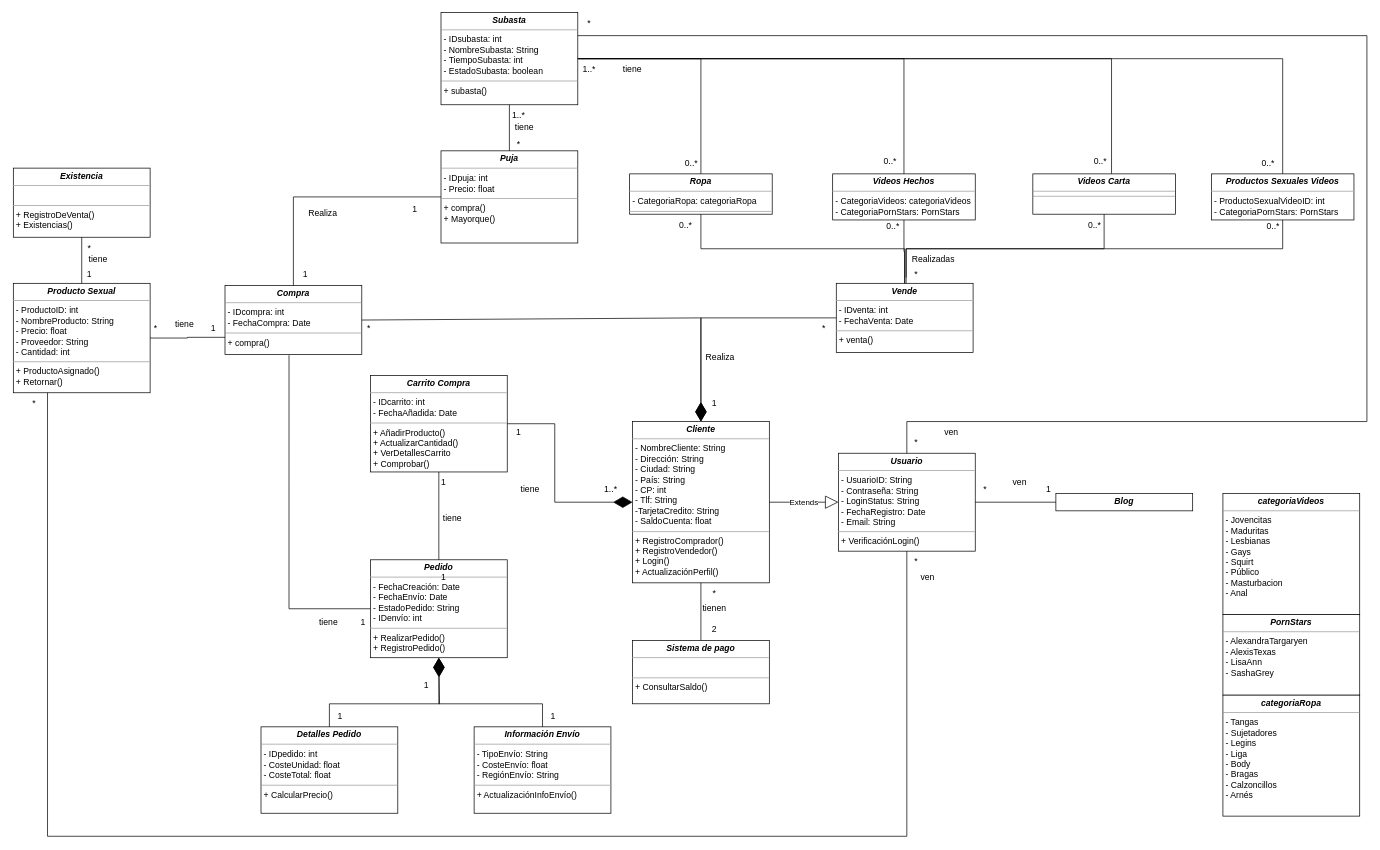
Earlier version of the draw.io diagram PornUML.drawio (Sanferivan/Mis_archivos). Source tidied: cells renumbered, new cells numbered last; positions are measured from the earlier drawing's top-left corner, leaving out a move shared by most shapes. Both pictures are drawn from the tidied source at 72%, with x=0, y=0 at pixel (12, 12).
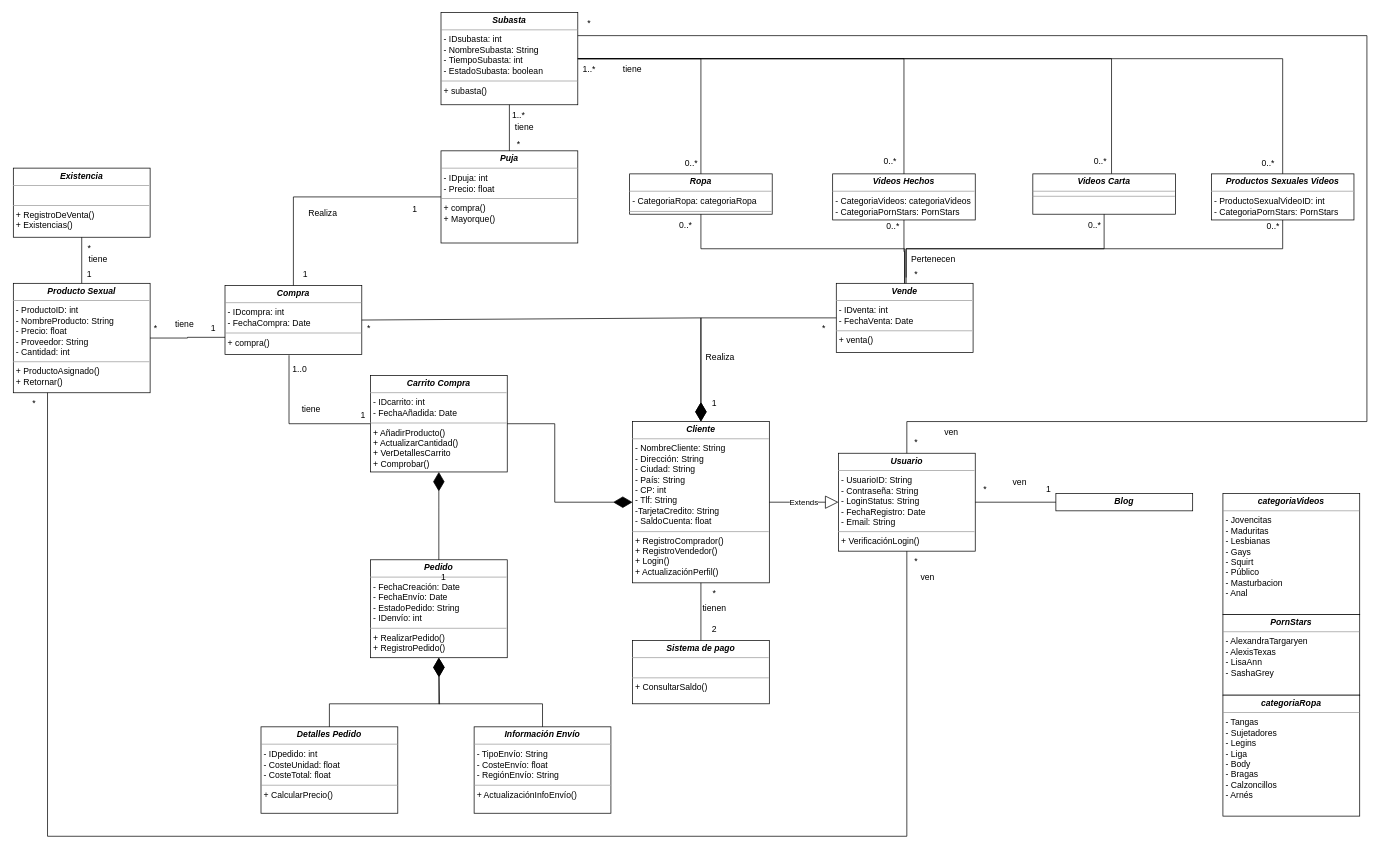
The same diagram, later.

The change refers to these unchanged cells:
```xml
<mxCell id="6" value="&lt;p style=&quot;margin:0px;margin-top:4px;text-align:center;&quot;&gt;&lt;b&gt;&lt;i&gt;Compra&lt;/i&gt;&lt;/b&gt;&lt;br&gt;&lt;/p&gt;&lt;hr size=&quot;1&quot;&gt;&lt;p style=&quot;margin:0px;margin-left:4px;&quot;&gt;- IDcompra: int&lt;/p&gt;&lt;p style=&quot;margin:0px;margin-left:4px;&quot;&gt;- FechaCompra: Date&lt;br&gt;&lt;/p&gt;&lt;hr size=&quot;1&quot;&gt;&lt;p style=&quot;margin:0px;margin-left:4px;&quot;&gt;+ compra()&lt;/p&gt;" style="verticalAlign=top;align=left;overflow=fill;fontSize=12;fontFamily=Helvetica;html=1;whiteSpace=wrap;" parent="1" vertex="1">
  <mxGeometry x="295" y="379" width="190" height="96" as="geometry" />
</mxCell>
<mxCell id="17" value="&lt;p style=&quot;margin:0px;margin-top:4px;text-align:center;&quot;&gt;&lt;b&gt;&lt;i&gt;Carrito Compra&lt;/i&gt;&lt;/b&gt;&lt;br&gt;&lt;/p&gt;&lt;hr size=&quot;1&quot;&gt;&lt;p style=&quot;margin:0px;margin-left:4px;&quot;&gt;- IDcarrito: int&lt;/p&gt;&lt;p style=&quot;margin:0px;margin-left:4px;&quot;&gt;- FechaAñadida: Date&lt;br&gt;&lt;/p&gt;&lt;hr size=&quot;1&quot;&gt;&lt;p style=&quot;margin:0px;margin-left:4px;&quot;&gt;+ AñadirProducto()&lt;/p&gt;&lt;p style=&quot;margin:0px;margin-left:4px;&quot;&gt;+ ActualizarCantidad()&lt;/p&gt;&lt;p style=&quot;margin:0px;margin-left:4px;&quot;&gt;+ VerDetallesCarrito&lt;/p&gt;&lt;p style=&quot;margin:0px;margin-left:4px;&quot;&gt;+ Comprobar()&lt;br&gt;&lt;/p&gt;" style="verticalAlign=top;align=left;overflow=fill;fontSize=12;fontFamily=Helvetica;html=1;whiteSpace=wrap;" parent="1" vertex="1">
  <mxGeometry x="497" y="504" width="190" height="134" as="geometry" />
</mxCell>
<mxCell id="18" value="&lt;p style=&quot;margin:0px;margin-top:4px;text-align:center;&quot;&gt;&lt;b&gt;&lt;i&gt;Pedido&lt;/i&gt;&lt;/b&gt;&lt;br&gt;&lt;/p&gt;&lt;hr size=&quot;1&quot;&gt;&lt;p style=&quot;margin:0px;margin-left:4px;&quot;&gt;- FechaCreación: Date&lt;/p&gt;&lt;p style=&quot;margin:0px;margin-left:4px;&quot;&gt;- FechaEnvío: Date&lt;/p&gt;&lt;p style=&quot;margin:0px;margin-left:4px;&quot;&gt;- EstadoPedido: String&lt;/p&gt;&lt;p style=&quot;margin:0px;margin-left:4px;&quot;&gt;- IDenvío: int&lt;br&gt;&lt;/p&gt;&lt;hr size=&quot;1&quot;&gt;&lt;p style=&quot;margin:0px;margin-left:4px;&quot;&gt;+ RealizarPedido()&lt;/p&gt;&lt;p style=&quot;margin:0px;margin-left:4px;&quot;&gt;+ RegistroPedido()&lt;/p&gt;" style="verticalAlign=top;align=left;overflow=fill;fontSize=12;fontFamily=Helvetica;html=1;whiteSpace=wrap;" parent="1" vertex="1">
  <mxGeometry x="497" y="760" width="190" height="136" as="geometry" />
</mxCell>
```

What changed in the source:
```diff
@@
-    <mxCell id="53" value="1..*" style="text;html=1;strokeColor=none;fillColor=none;align=center;verticalAlign=middle;whiteSpace=wrap;rounded=0;" parent="1" vertex="1">
-      <mxGeometry x="801" y="648" width="60" height="30" as="geometry" />
-    </mxCell>
-    <mxCell id="54" value="1" style="text;html=1;strokeColor=none;fillColor=none;align=center;verticalAlign=middle;whiteSpace=wrap;rounded=0;" parent="1" vertex="1">
-      <mxGeometry x="673" y="568" width="60" height="30" as="geometry" />
-    </mxCell>
-    <mxCell id="55" value="tiene" style="text;html=1;strokeColor=none;fillColor=none;align=center;verticalAlign=middle;whiteSpace=wrap;rounded=0;" parent="1" vertex="1">
-      <mxGeometry x="689" y="648" width="60" height="30" as="geometry" />
-    </mxCell>
-    <mxCell id="56" value="1" style="text;html=1;strokeColor=none;fillColor=none;align=center;verticalAlign=middle;whiteSpace=wrap;rounded=0;" parent="1" vertex="1">
-      <mxGeometry x="545" y="920" width="60" height="30" as="geometry" />
-    </mxCell>
-    <mxCell id="57" value="1" style="text;html=1;strokeColor=none;fillColor=none;align=center;verticalAlign=middle;whiteSpace=wrap;rounded=0;" parent="1" vertex="1">
-      <mxGeometry x="425" y="962" width="60" height="30" as="geometry" />
-    </mxCell>
-    <mxCell id="58" value="1" style="text;html=1;strokeColor=none;fillColor=none;align=center;verticalAlign=middle;whiteSpace=wrap;rounded=0;" parent="1" vertex="1">
-      <mxGeometry x="721" y="962" width="60" height="30" as="geometry" />
-    </mxCell>
@@
-    <mxCell id="80" value="Realizadas" style="text;html=1;strokeColor=none;fillColor=none;align=center;verticalAlign=middle;whiteSpace=wrap;rounded=0;" parent="1" vertex="1">
+    <mxCell id="80" value="Pertenecen" style="text;html=1;strokeColor=none;fillColor=none;align=center;verticalAlign=middle;whiteSpace=wrap;rounded=0;" parent="1" vertex="1">
       <mxGeometry x="1249" y="328" width="60" height="30" as="geometry" />
     </mxCell>
-    <mxCell id="81" style="endArrow=none;html=1;edgeStyle=orthogonalEdgeStyle;rounded=0;entryX=0.5;entryY=1;entryDx=0;entryDy=0;exitX=0.5;exitY=0;exitDx=0;exitDy=0;" parent="1" edge="1" source="18" target="17">
-      <mxGeometry relative="1" as="geometry" />
-    </mxCell>
-    <mxCell id="82" value="1" style="text;html=1;strokeColor=none;fillColor=none;align=center;verticalAlign=middle;whiteSpace=wrap;rounded=0;" parent="1" vertex="1">
-      <mxGeometry x="569" y="638" width="60" height="30" as="geometry" />
-    </mxCell>
@@
-    <mxCell id="84" style="endArrow=none;html=1;edgeStyle=orthogonalEdgeStyle;rounded=0;exitX=0;exitY=0.5;exitDx=0;exitDy=0;entryX=0.468;entryY=1.009;entryDx=0;entryDy=0;entryPerimeter=0;" parent="1" edge="1" source="18" target="6">
+    <mxCell id="84" style="endArrow=none;html=1;edgeStyle=orthogonalEdgeStyle;rounded=0;exitX=0;exitY=0.5;exitDx=0;exitDy=0;entryX=0.468;entryY=1.009;entryDx=0;entryDy=0;entryPerimeter=0;" parent="1" edge="1" source="17" target="6">
       <mxGeometry relative="1" as="geometry" />
     </mxCell>
     <mxCell id="85" value="1" style="text;html=1;strokeColor=none;fillColor=none;align=center;verticalAlign=middle;whiteSpace=wrap;rounded=0;" parent="1" vertex="1">
-      <mxGeometry x="457" y="832" width="60" height="30" as="geometry" />
+      <mxGeometry x="457" y="544" width="60" height="30" as="geometry" />
     </mxCell>
-    <mxCell id="86" value="tiene" style="text;html=1;strokeColor=none;fillColor=none;align=center;verticalAlign=middle;whiteSpace=wrap;rounded=0;" parent="1" vertex="1">
-      <mxGeometry x="581" y="688" width="60" height="30" as="geometry" />
-    </mxCell>
     <mxCell id="87" value="tiene" style="text;html=1;strokeColor=none;fillColor=none;align=center;verticalAlign=middle;whiteSpace=wrap;rounded=0;" parent="1" vertex="1">
-      <mxGeometry x="409" y="832" width="60" height="30" as="geometry" />
+      <mxGeometry x="385" y="536" width="60" height="30" as="geometry" />
     </mxCell>
@@
+    <mxCell id="98" value="1..0" style="text;html=1;strokeColor=none;fillColor=none;align=center;verticalAlign=middle;whiteSpace=wrap;rounded=0;" parent="1" vertex="1">
+      <mxGeometry x="369" y="480" width="60" height="30" as="geometry" />
+    </mxCell>
+    <mxCell id="81" style="endArrow=diamondThin;endFill=1;endSize=24;html=1;rounded=0;entryX=0.5;entryY=1;entryDx=0;entryDy=0;exitX=0.5;exitY=0;exitDx=0;exitDy=0;" parent="1" edge="1" source="18" target="17">
+      <mxGeometry relative="1" as="geometry">
+        <Array as="points">
+          <mxPoint x="592" y="688" />
+        </Array>
+      </mxGeometry>
+    </mxCell>
```
